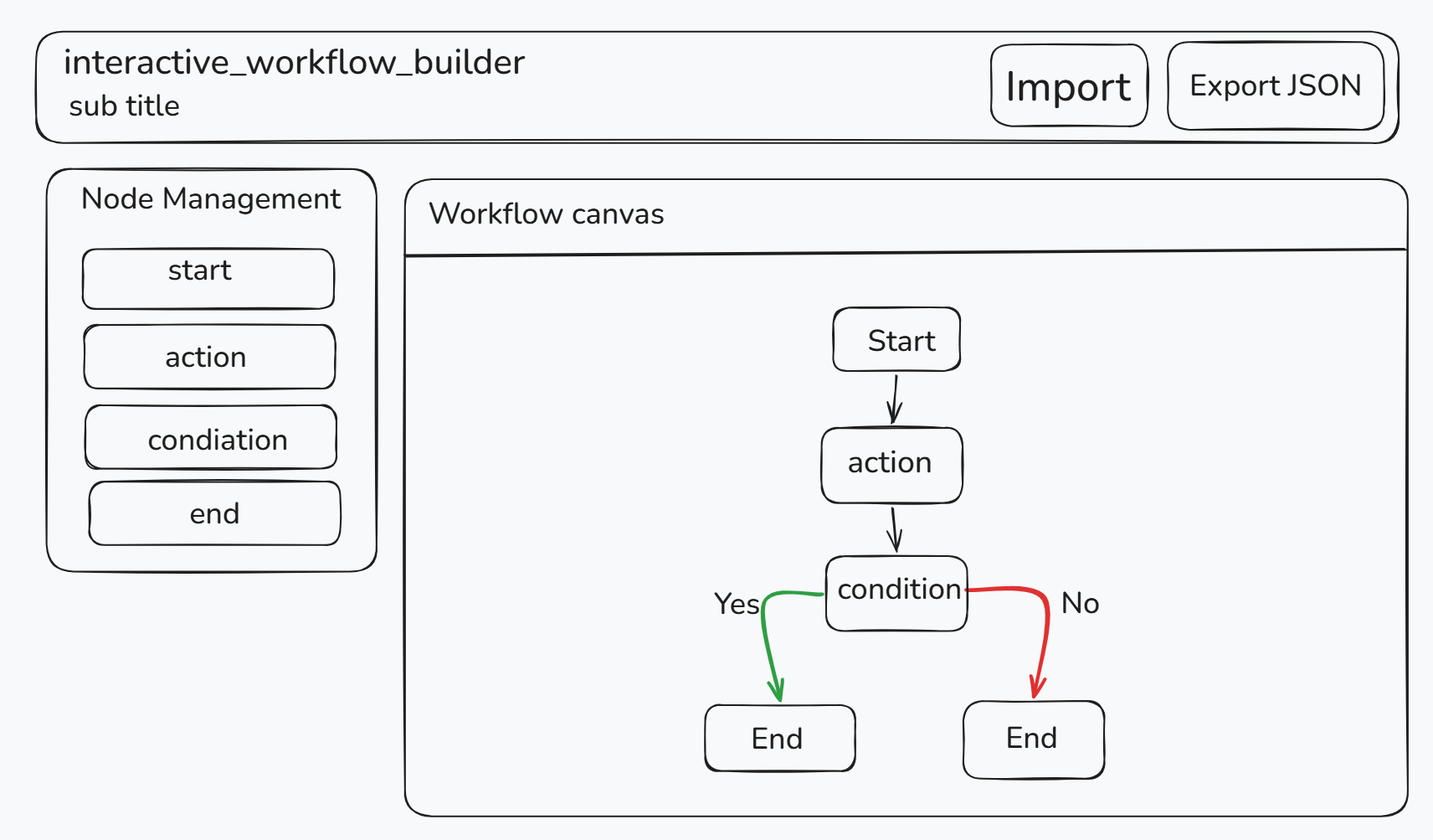
The Excalidraw diagram docs/excalidraw-screen-design.png.png in HarshitBhalani/Interactive_Workflow_Builder, before a commit. Source tidied: one line per element, renumbered; positions are measured from the earlier drawing's top-left corner, leaving out a move shared by most shapes.
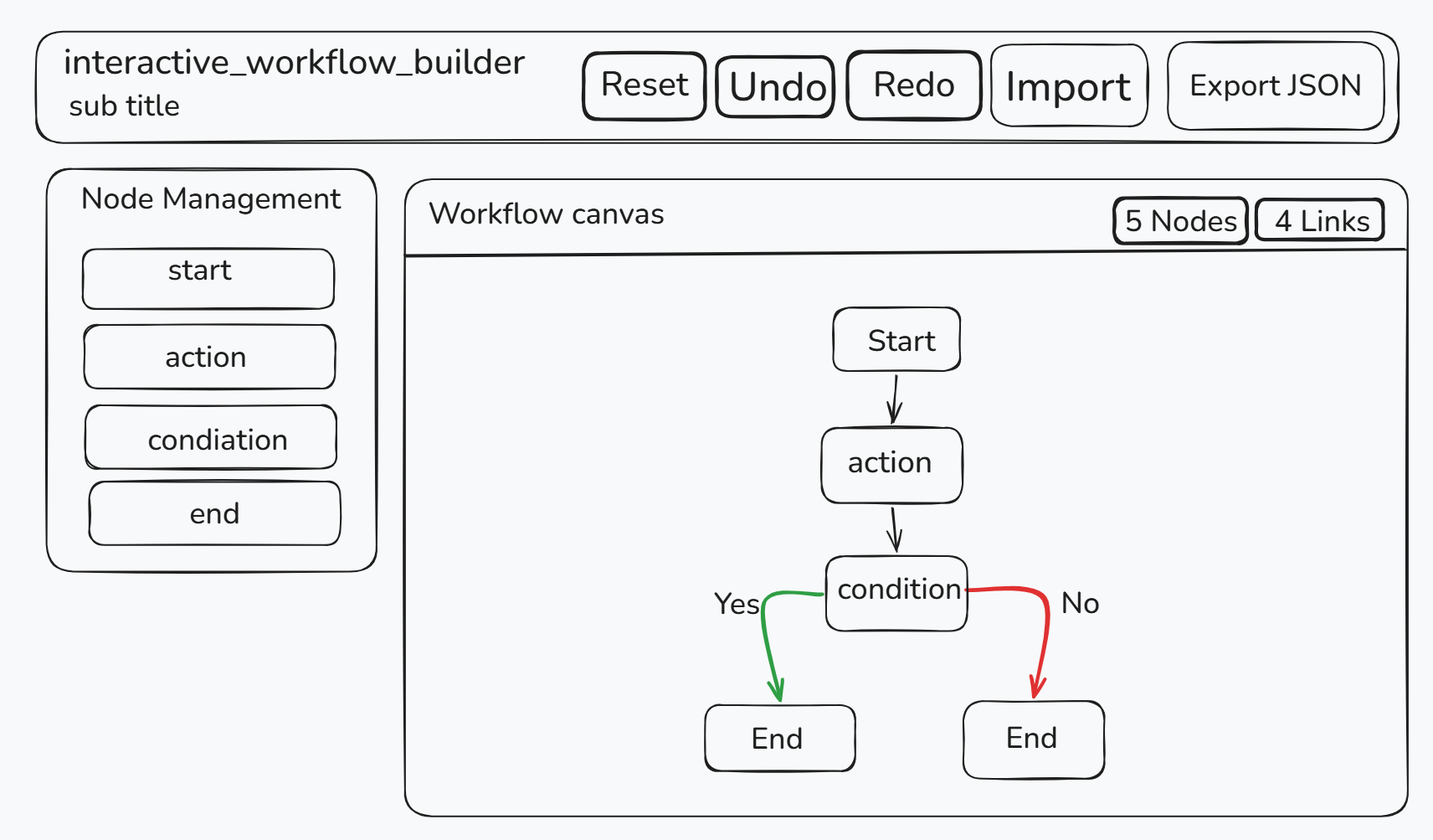
The same file after the commit.

Commit message:
add workflow reset support and update screen design wiht this comit

What changed in the source:
```diff
@@ -26,6 +26,16 @@
 {"id": 25, "type": "text", "text": "Yes", "strokeColor": "#1e1e1e", "strokeWidth": 2, "roughness": 1, "fontSize": 36, "fontFamily": 6, "x": 853, "y": 699, "width": 55, "height": 45}
 {"id": 26, "type": "text", "text": "No", "strokeColor": "#1e1e1e", "strokeWidth": 2, "roughness": 1, "fontSize": 36, "fontFamily": 6, "x": 1267, "y": 698, "width": 47, "height": 45}
 {"id": 27, "type": "arrow", "strokeColor": "#1e1e1e", "strokeWidth": 2, "roughness": 1, "endArrowhead": "arrow", "round": true, "from": 15, "to": 35, "x": 1066, "y": 607, "width": 4, "height": 51, "points": [[0, 0], [4, 51]]}
+{"id": 37, "type": "rectangle", "strokeColor": "#1e1e1e", "strokeWidth": 4, "roughness": 1, "round": true, "x": 1013, "y": 62, "width": 159, "height": 80}
+{"id": 38, "type": "rectangle", "strokeColor": "#1e1e1e", "strokeWidth": 4, "roughness": 1, "round": true, "x": 856, "y": 68, "width": 139, "height": 71}
+{"id": 39, "type": "rectangle", "strokeColor": "#1e1e1e", "strokeWidth": 4, "roughness": 1, "round": true, "x": 697, "y": 63, "width": 145, "height": 79}
+{"id": 40, "type": "text", "text": "Redo", "strokeColor": "#1e1e1e", "strokeWidth": 4, "roughness": 1, "fontSize": 42.18, "fontFamily": 6, "x": 1043, "y": 75, "width": 99, "height": 53}
+{"id": 41, "type": "text", "text": "Undo", "strokeColor": "#1e1e1e", "strokeWidth": 4, "roughness": 1, "fontSize": 48.37, "fontFamily": 6, "x": 870, "y": 74, "width": 118, "height": 60}
+{"id": 42, "type": "text", "text": "Reset", "strokeColor": "#1e1e1e", "strokeWidth": 4, "roughness": 1, "fontSize": 40.95, "fontFamily": 6, "x": 717, "y": 75, "width": 105, "height": 51}
+{"id": 43, "type": "rectangle", "strokeColor": "#1e1e1e", "strokeWidth": 4, "roughness": 1, "round": true, "x": 1331, "y": 237, "width": 159, "height": 54}
+{"id": 44, "type": "text", "text": "5 Nodes", "strokeColor": "#1e1e1e", "strokeWidth": 4, "roughness": 1, "fontSize": 36, "fontFamily": 6, "x": 1343, "y": 242, "width": 136, "height": 45}
+{"id": 45, "type": "rectangle", "strokeColor": "#1e1e1e", "strokeWidth": 4, "roughness": 1, "round": true, "x": 1501, "y": 238, "width": 151, "height": 48}
+{"id": 46, "type": "text", "text": "4 Links", "strokeColor": "#1e1e1e", "strokeWidth": 4, "roughness": 1, "fontSize": 36, "fontFamily": 6, "x": 1522, "y": 241, "width": 115, "height": 45}
 {"id": 28, "type": "frame", "strokeColor": "#bbb", "strokeWidth": 2, "roughness": 0, "x": 0, "y": 0, "width": 1713, "height": 1003}
 {"id": 29, "type": "rectangle", "strokeColor": "#1e1e1e", "strokeWidth": 2, "roughness": 1, "round": true, "x": 100, "y": 388, "width": 300, "height": 76}
 {"id": 30, "type": "rectangle", "strokeColor": "#1e1e1e", "strokeWidth": 2, "roughness": 1, "round": true, "x": 102, "y": 484, "width": 300, "height": 76}
```
